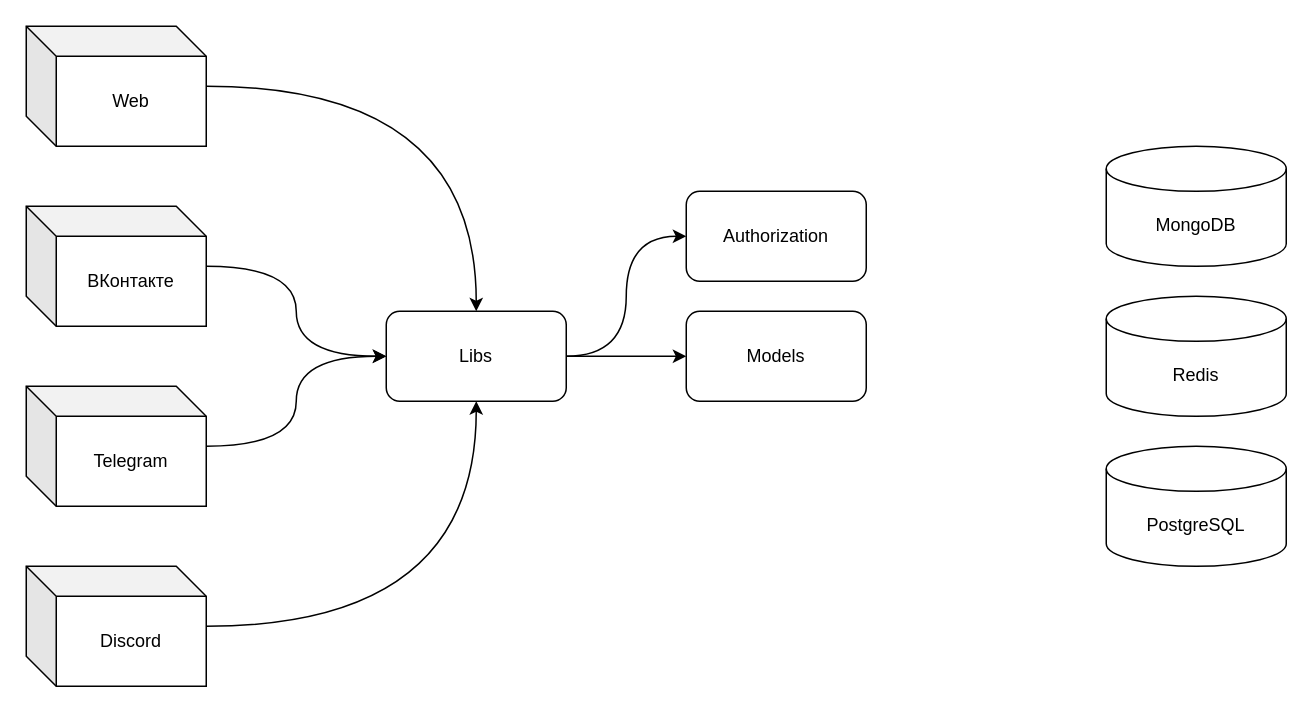
Earlier version of the draw.io diagram page "Main" (1 of 4) of docs/microservices.drawio (ilyamixaltik/empire-future-nestjs). Source tidied: cells renumbered, new cells numbered last; positions are measured from the earlier drawing's top-left corner, leaving out a move shared by most shapes. Both pictures are drawn from the tidied source at 150%, with x=0, y=0 at pixel (26, 26).
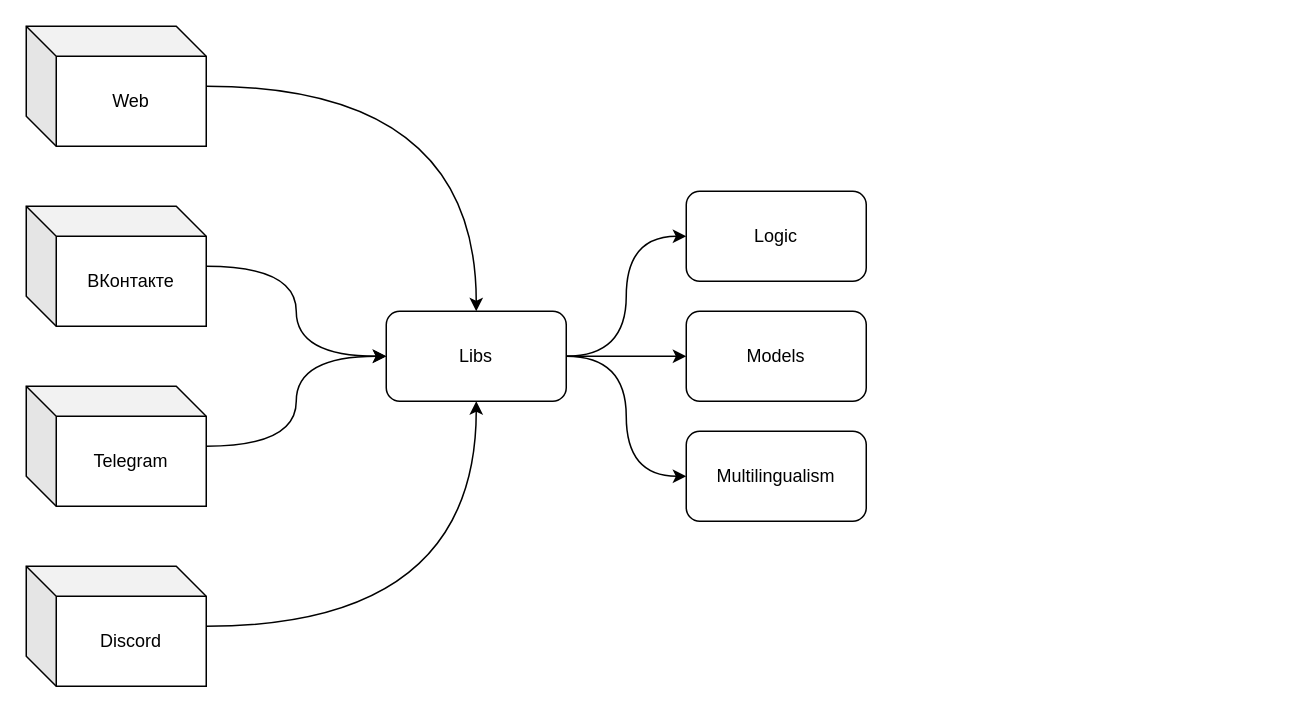
The same page after the edit.

What changed in the source:
```diff
@@
 <mxGraphModel>
   <root>
     <mxCell id="0" />
     <mxCell id="1" parent="0" />
     <mxCell id="2" style="edgeStyle=orthogonalEdgeStyle;curved=1;rounded=0;jettySize=auto;html=1;entryX=0;entryY=0.5;entryDx=0;entryDy=0;" parent="1" edge="1" source="3" target="12">
       <mxGeometry relative="1" as="geometry" />
     </mxCell>
     <mxCell id="3" value="ВКонтакте" style="shape=cube;whiteSpace=wrap;html=1;boundedLbl=1;backgroundOutline=1;darkOpacity=0.05;darkOpacity2=0.1;" parent="1" vertex="1">
       <mxGeometry y="120" width="120" height="80" as="geometry" />
     </mxCell>
     <mxCell id="4" style="edgeStyle=orthogonalEdgeStyle;curved=1;rounded=0;jettySize=auto;html=1;" parent="1" edge="1" source="5" target="12">
       <mxGeometry relative="1" as="geometry" />
     </mxCell>
     <mxCell id="5" value="Telegram" style="shape=cube;whiteSpace=wrap;html=1;boundedLbl=1;backgroundOutline=1;darkOpacity=0.05;darkOpacity2=0.1;" parent="1" vertex="1">
       <mxGeometry y="240" width="120" height="80" as="geometry" />
     </mxCell>
     <mxCell id="6" style="edgeStyle=orthogonalEdgeStyle;curved=1;rounded=0;jettySize=auto;html=1;" parent="1" edge="1" source="7" target="12">
       <mxGeometry relative="1" as="geometry" />
     </mxCell>
     <mxCell id="7" value="Discord" style="shape=cube;whiteSpace=wrap;html=1;boundedLbl=1;backgroundOutline=1;darkOpacity=0.05;darkOpacity2=0.1;" parent="1" vertex="1">
       <mxGeometry y="360" width="120" height="80" as="geometry" />
     </mxCell>
     <mxCell id="8" style="edgeStyle=orthogonalEdgeStyle;curved=1;rounded=0;jettySize=auto;html=1;" parent="1" edge="1" source="9" target="12">
       <mxGeometry relative="1" as="geometry" />
     </mxCell>
     <mxCell id="9" value="Web" style="shape=cube;whiteSpace=wrap;html=1;boundedLbl=1;backgroundOutline=1;darkOpacity=0.05;darkOpacity2=0.1;" parent="1" vertex="1">
       <mxGeometry width="120" height="80" as="geometry" />
     </mxCell>
     <mxCell id="10" style="edgeStyle=orthogonalEdgeStyle;curved=1;rounded=0;jettySize=auto;html=1;entryX=0;entryY=0.5;entryDx=0;entryDy=0;" parent="1" edge="1" source="12" target="16">
       <mxGeometry relative="1" as="geometry" />
     </mxCell>
     <mxCell id="11" style="edgeStyle=orthogonalEdgeStyle;curved=1;rounded=0;jettySize=auto;html=1;entryX=0;entryY=0.5;entryDx=0;entryDy=0;" parent="1" edge="1" source="12" target="17">
       <mxGeometry relative="1" as="geometry" />
     </mxCell>
+    <mxCell id="18" style="edgeStyle=orthogonalEdgeStyle;curved=1;rounded=0;jettySize=auto;html=1;entryX=0;entryY=0.5;entryDx=0;entryDy=0;" parent="1" edge="1" source="12" target="19">
+      <mxGeometry relative="1" as="geometry" />
+    </mxCell>
     <mxCell id="12" value="Libs" style="rounded=1;whiteSpace=wrap;html=1;" parent="1" vertex="1">
       <mxGeometry x="240" y="190" width="120" height="60" as="geometry" />
     </mxCell>
-    <mxCell id="13" value="MongoDB" style="shape=cylinder3;whiteSpace=wrap;html=1;boundedLbl=1;backgroundOutline=1;size=15;" parent="1" vertex="1">
-      <mxGeometry x="720" y="80" width="120" height="80" as="geometry" />
-    </mxCell>
-    <mxCell id="14" value="Redis" style="shape=cylinder3;whiteSpace=wrap;html=1;boundedLbl=1;backgroundOutline=1;size=15;" parent="1" vertex="1">
-      <mxGeometry x="720" y="180" width="120" height="80" as="geometry" />
-    </mxCell>
-    <mxCell id="15" value="PostgreSQL" style="shape=cylinder3;whiteSpace=wrap;html=1;boundedLbl=1;backgroundOutline=1;size=15;" parent="1" vertex="1">
-      <mxGeometry x="720" y="280" width="120" height="80" as="geometry" />
-    </mxCell>
-    <mxCell id="16" value="Authorization" style="rounded=1;whiteSpace=wrap;html=1;" parent="1" vertex="1">
+    <mxCell id="16" value="Logic" style="rounded=1;whiteSpace=wrap;html=1;" parent="1" vertex="1">
       <mxGeometry x="440" y="110" width="120" height="60" as="geometry" />
     </mxCell>
     <mxCell id="17" value="Models" style="rounded=1;whiteSpace=wrap;html=1;" parent="1" vertex="1">
       <mxGeometry x="440" y="190" width="120" height="60" as="geometry" />
     </mxCell>
+    <mxCell id="19" value="Multilingualism" style="rounded=1;whiteSpace=wrap;html=1;" parent="1" vertex="1">
+      <mxGeometry x="440" y="270" width="120" height="60" as="geometry" />
+    </mxCell>
   </root>
 </mxGraphModel>
```
